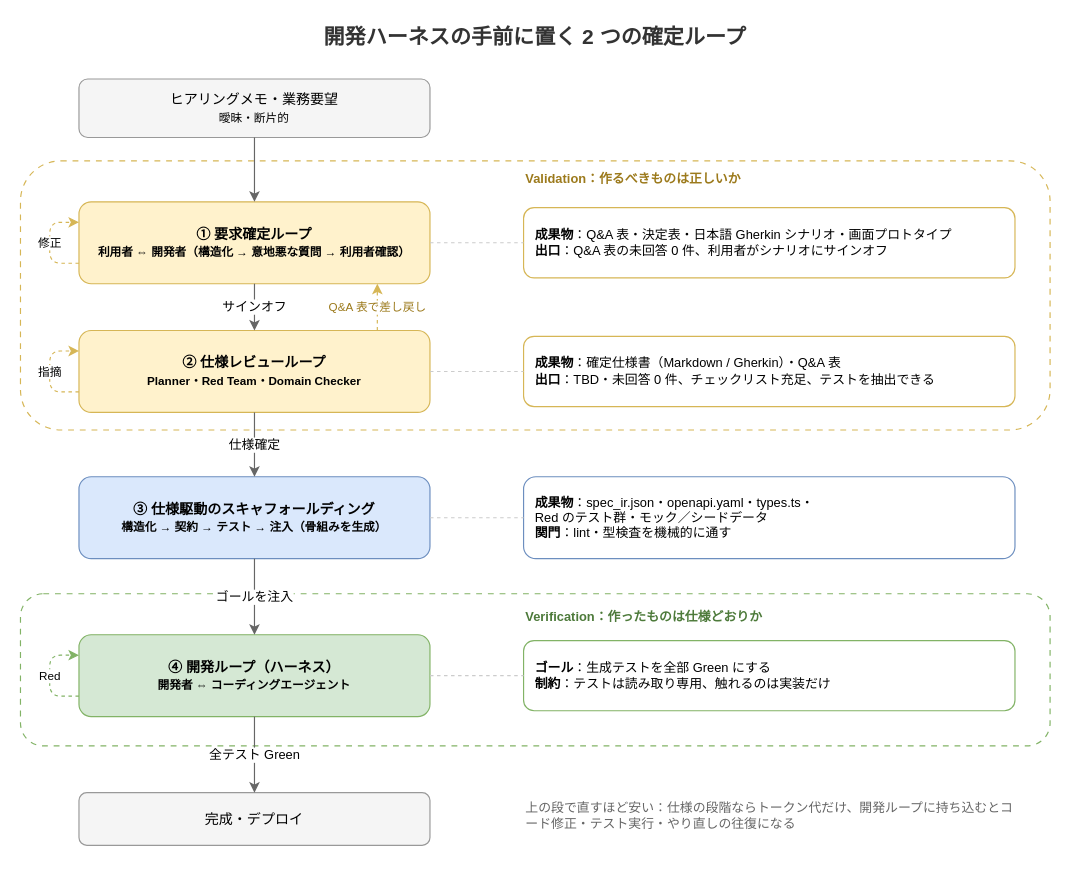
This is static/images/requirements-spec-loop-overview.drawio from hdknr/blogs, a draw.io file, before an edit. Source tidied: cells renumbered, new cells numbered last; positions are measured from the earlier drawing's top-left corner, leaving out a move shared by most shapes. Both pictures are drawn from the tidied source at 117%, with x=0, y=0 at pixel (20, 20).
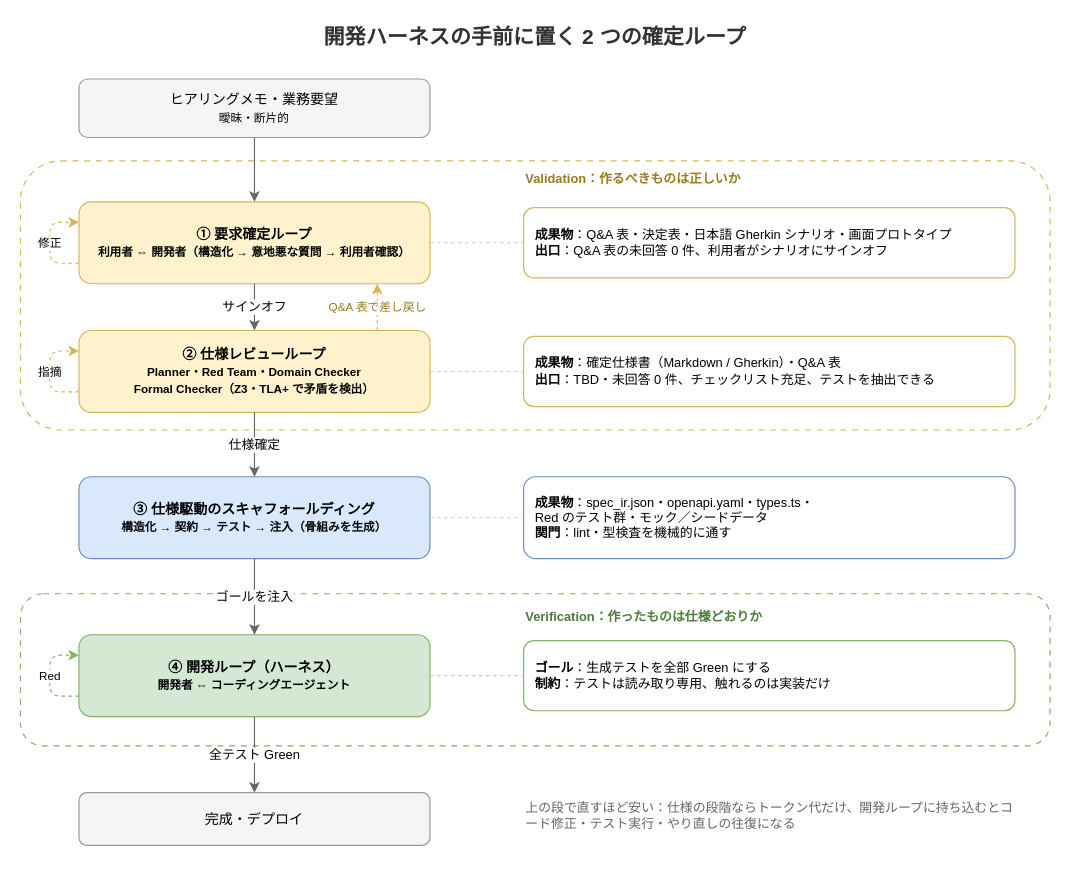
The same diagram, later.

Commit message (it also covers changes not shown here):
Add formal-methods checker role to the spec review loop

- 仕様レビューループに Formal Checker（Z3・TLA+・Alloy）の役と専用の節を追加
- 形式検査の位置づけを「仕様内部の整合性の確認」とし、Validation の代わりにならないことを明記
- 反例を選択肢付きの質問に直して Q&A 表に起票する流れと、Q-004 の例を追加
- ループを抜ける条件に形式検査の項目を追加、第 2 ループに 4 役の手順を追加
- 全体図の ② に Formal Checker を追加、まとめと冒頭の説明も更新
- 形式手法の記事への内部リンクを追加、タグ Gherkin を形式手法に入れ替え

What changed in the source:
```diff
@@
-    <mxCell id="8" value="② 仕様レビューループ&lt;br&gt;&lt;font style=&quot;font-size:10px&quot;&gt;Planner・Red Team・Domain Checker&lt;/font&gt;" style="rounded=1;whiteSpace=wrap;html=1;fillColor=#fff2cc;strokeColor=#d6b656;fontSize=12;fontStyle=1;" parent="1" vertex="1">
+    <mxCell id="8" value="② 仕様レビューループ&lt;br&gt;&lt;font style=&quot;font-size:10px&quot;&gt;Planner・Red Team・Domain Checker&lt;br&gt;Formal Checker（Z3・TLA+ で矛盾を検出）&lt;/font&gt;" style="rounded=1;whiteSpace=wrap;html=1;fillColor=#fff2cc;strokeColor=#d6b656;fontSize=12;fontStyle=1;" parent="1" vertex="1">
       <mxGeometry x="50" y="265" width="300" height="70" as="geometry" />
     </mxCell>
```
